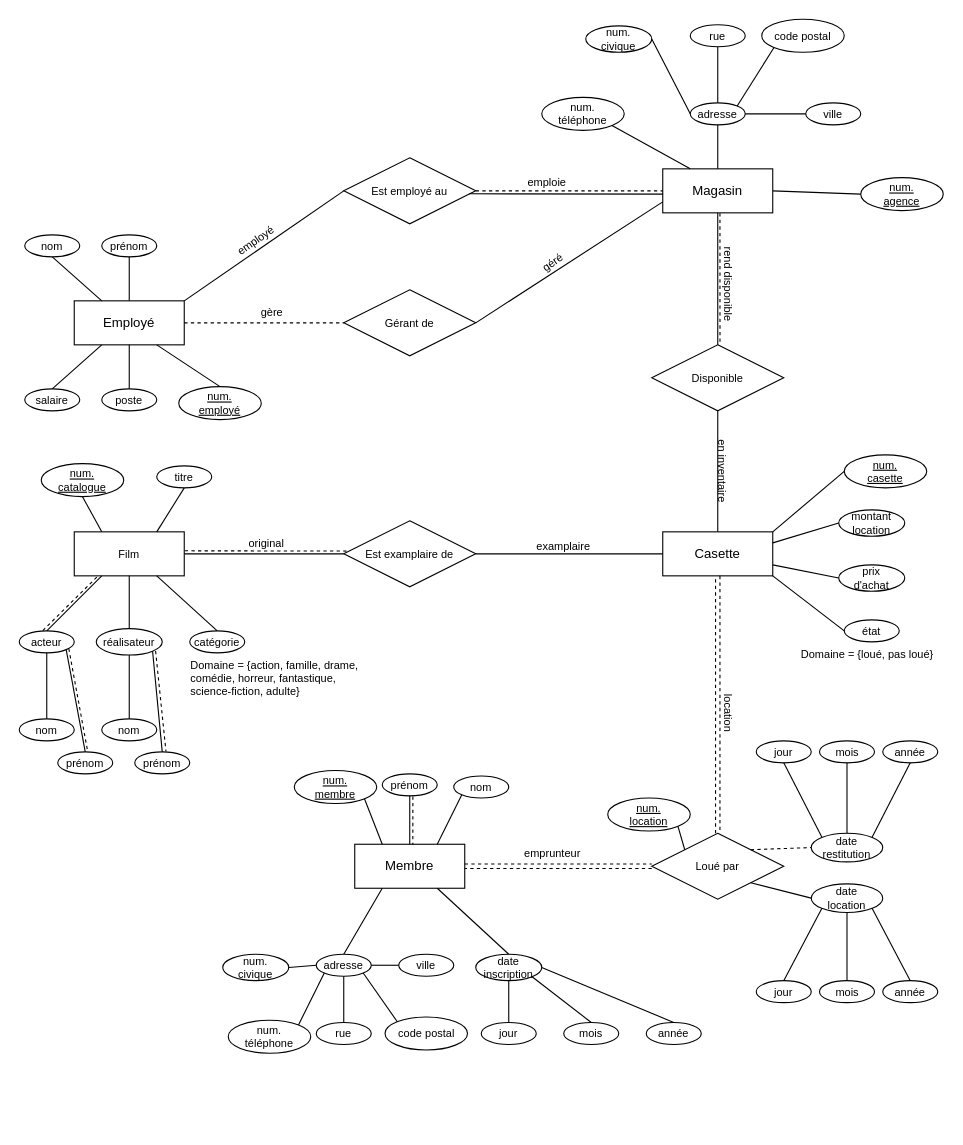
Earlier version of the draw.io diagram page "Exercice-2" (2 of 2) of Diagramme.drawio (jeanclaude-desrosiers/ift2935-devoir1). Source tidied: cells renumbered, new cells numbered last; positions are measured from the earlier drawing's top-left corner, leaving out a move shared by most shapes. Both pictures are drawn from the tidied source at 110%, with x=0, y=0 at pixel (19, 19).
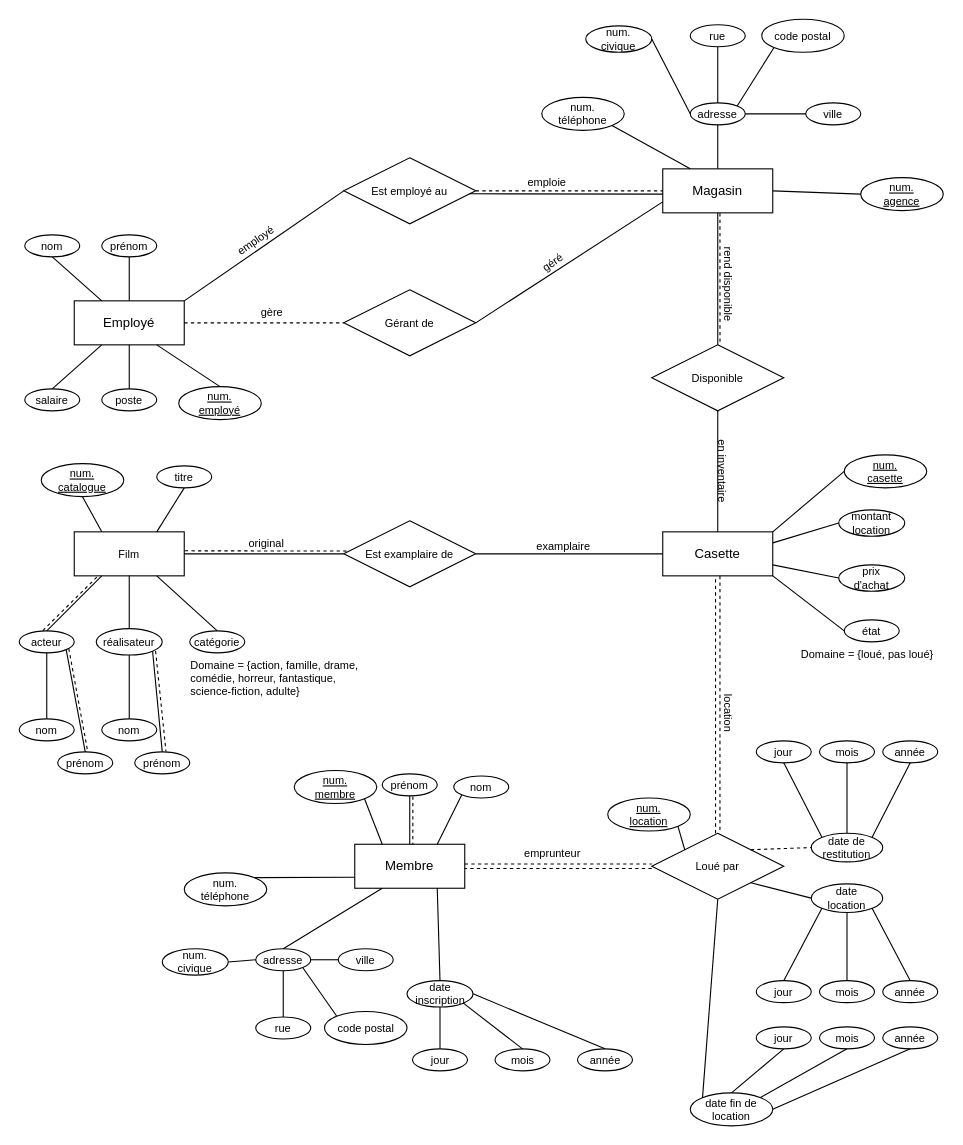
The same diagram, later.

Commit message:
Mise à jour finale Exercice-1 Exercice-2 (pt.1)

Unchanged cells that the change refers to:
```xml
<mxCell id="5" value="Membre" style="whiteSpace=wrap;html=1;align=center;" parent="1" vertex="1">
  <mxGeometry x="305" y="750" width="100" height="40" as="geometry" />
</mxCell>
<mxCell id="23" value="Loué par" style="shape=rhombus;perimeter=rhombusPerimeter;whiteSpace=wrap;html=1;align=center;fontSize=10;" parent="1" vertex="1">
  <mxGeometry x="575" y="740" width="120" height="60" as="geometry" />
</mxCell>
```

What changed in the source:
```diff
@@
     <mxCell id="87" value="adresse" style="ellipse;whiteSpace=wrap;html=1;align=center;fontSize=10;" parent="1" vertex="1">
-      <mxGeometry x="270" y="850" width="50" height="20" as="geometry" />
+      <mxGeometry x="215" y="845" width="50" height="20" as="geometry" />
     </mxCell>
     <mxCell id="88" value="&lt;div&gt;num.&lt;/div&gt;&lt;div&gt;civique&lt;/div&gt;" style="ellipse;whiteSpace=wrap;html=1;align=center;fontSize=10;" parent="1" vertex="1">
-      <mxGeometry x="185" y="850" width="60" height="24" as="geometry" />
+      <mxGeometry x="130" y="845" width="60" height="24" as="geometry" />
     </mxCell>
     <mxCell id="89" value="rue" style="ellipse;whiteSpace=wrap;html=1;align=center;fontSize=10;" parent="1" vertex="1">
-      <mxGeometry x="270" y="912" width="50" height="20" as="geometry" />
+      <mxGeometry x="215" y="907" width="50" height="20" as="geometry" />
     </mxCell>
     <mxCell id="90" value="ville" style="ellipse;whiteSpace=wrap;html=1;align=center;fontSize=10;" parent="1" vertex="1">
-      <mxGeometry x="345" y="850" width="50" height="20" as="geometry" />
+      <mxGeometry x="290" y="845" width="50" height="20" as="geometry" />
     </mxCell>
     <mxCell id="91" value="code postal" style="ellipse;whiteSpace=wrap;html=1;align=center;fontSize=10;" parent="1" vertex="1">
-      <mxGeometry x="332.5" y="907" width="75" height="30" as="geometry" />
+      <mxGeometry x="277.5" y="902" width="75" height="30" as="geometry" />
     </mxCell>
     <mxCell id="92" value="&lt;div&gt;num.&lt;/div&gt;&lt;div&gt;téléphone&lt;/div&gt;" style="ellipse;whiteSpace=wrap;html=1;align=center;fontSize=10;" parent="1" vertex="1">
-      <mxGeometry x="190" y="910" width="75" height="30" as="geometry" />
+      <mxGeometry x="150" y="776" width="75" height="30" as="geometry" />
     </mxCell>
@@
-    <mxCell id="94" style="endArrow=none;html=1;rounded=0;fontSize=10;exitX=1;exitY=0;exitDx=0;exitDy=0;entryX=0;entryY=1;entryDx=0;entryDy=0;" parent="1" edge="1" source="92" target="87">
+    <mxCell id="94" style="endArrow=none;html=1;rounded=0;fontSize=10;exitX=1;exitY=0;exitDx=0;exitDy=0;entryX=0;entryY=0.75;entryDx=0;entryDy=0;" parent="1" edge="1" source="92" target="5">
       <mxGeometry relative="1" as="geometry" />
     </mxCell>
@@
     <mxCell id="101" value="&lt;div&gt;date&lt;/div&gt;&lt;div&gt;inscription&lt;br&gt;&lt;/div&gt;" style="ellipse;whiteSpace=wrap;html=1;align=center;fontSize=10;" parent="1" vertex="1">
-      <mxGeometry x="415" y="850" width="60" height="24" as="geometry" />
+      <mxGeometry x="352.5" y="874" width="60" height="24" as="geometry" />
     </mxCell>
     <mxCell id="102" value="&lt;div&gt;jour&lt;/div&gt;" style="ellipse;whiteSpace=wrap;html=1;align=center;fontSize=10;" parent="1" vertex="1">
-      <mxGeometry x="420" y="912" width="50" height="20" as="geometry" />
+      <mxGeometry x="357.5" y="936" width="50" height="20" as="geometry" />
     </mxCell>
     <mxCell id="103" value="mois" style="ellipse;whiteSpace=wrap;html=1;align=center;fontSize=10;" parent="1" vertex="1">
-      <mxGeometry x="495" y="912" width="50" height="20" as="geometry" />
+      <mxGeometry x="432.5" y="936" width="50" height="20" as="geometry" />
     </mxCell>
     <mxCell id="104" value="année" style="ellipse;whiteSpace=wrap;html=1;align=center;fontSize=10;" parent="1" vertex="1">
-      <mxGeometry x="570" y="912" width="50" height="20" as="geometry" />
+      <mxGeometry x="507.5" y="936" width="50" height="20" as="geometry" />
     </mxCell>
@@
-    <mxCell id="124" value="&lt;div&gt;date&lt;/div&gt;&lt;div&gt;restitution&lt;br&gt;&lt;/div&gt;" style="ellipse;whiteSpace=wrap;html=1;align=center;fontSize=10;" parent="1" vertex="1">
+    <mxCell id="124" value="&lt;div&gt;date de&lt;/div&gt;&lt;div&gt;restitution&lt;br&gt;&lt;/div&gt;" style="ellipse;whiteSpace=wrap;html=1;align=center;fontSize=10;" parent="1" vertex="1">
       <mxGeometry x="720" y="740" width="65" height="26" as="geometry" />
     </mxCell>
@@
+    <mxCell id="135" value="&lt;div&gt;date fin de&lt;/div&gt;&lt;div&gt;location&lt;br&gt;&lt;/div&gt;" style="ellipse;whiteSpace=wrap;html=1;align=center;fontSize=10;" parent="1" vertex="1">
+      <mxGeometry x="610" y="976" width="75" height="30" as="geometry" />
+    </mxCell>
+    <mxCell id="136" value="&lt;div&gt;jour&lt;/div&gt;" style="ellipse;whiteSpace=wrap;html=1;align=center;fontSize=10;" parent="1" vertex="1">
+      <mxGeometry x="670" y="916" width="50" height="20" as="geometry" />
+    </mxCell>
+    <mxCell id="137" value="mois" style="ellipse;whiteSpace=wrap;html=1;align=center;fontSize=10;" parent="1" vertex="1">
+      <mxGeometry x="727.5" y="916" width="50" height="20" as="geometry" />
+    </mxCell>
+    <mxCell id="138" value="année" style="ellipse;whiteSpace=wrap;html=1;align=center;fontSize=10;" parent="1" vertex="1">
+      <mxGeometry x="785" y="916" width="50" height="20" as="geometry" />
+    </mxCell>
+    <mxCell id="139" style="endArrow=none;html=1;rounded=0;fontSize=10;exitX=0.5;exitY=1;exitDx=0;exitDy=0;entryX=0.5;entryY=0;entryDx=0;entryDy=0;" parent="1" edge="1" source="136" target="135">
+      <mxGeometry relative="1" as="geometry" />
+    </mxCell>
+    <mxCell id="140" style="endArrow=none;html=1;rounded=0;fontSize=10;exitX=0.5;exitY=1;exitDx=0;exitDy=0;entryX=1;entryY=0;entryDx=0;entryDy=0;" parent="1" edge="1" source="137" target="135">
+      <mxGeometry relative="1" as="geometry" />
+    </mxCell>
+    <mxCell id="141" style="endArrow=none;html=1;rounded=0;fontSize=10;exitX=0.5;exitY=1;exitDx=0;exitDy=0;entryX=1;entryY=0.5;entryDx=0;entryDy=0;" parent="1" edge="1" source="138" target="135">
+      <mxGeometry relative="1" as="geometry" />
+    </mxCell>
+    <mxCell id="142" style="endArrow=none;html=1;rounded=0;fontSize=10;exitX=0.5;exitY=1;exitDx=0;exitDy=0;entryX=0;entryY=0;entryDx=0;entryDy=0;" parent="1" edge="1" source="23" target="135">
+      <mxGeometry relative="1" as="geometry" />
+    </mxCell>
```
